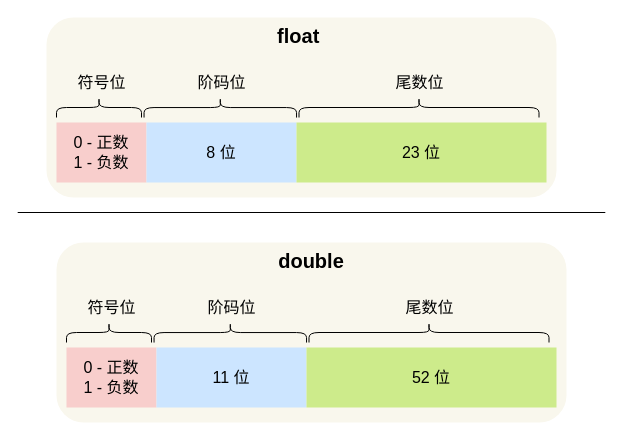
The draw.io diagram 操作系统/浮点/float.drawio in xiaolincoder/ImageHost3, before the edit. Source tidied: cells renumbered, new cells numbered last; positions are measured from the earlier drawing's top-left corner, leaving out a move shared by most shapes. Both pictures are drawn from the tidied source at 100%, with x=0, y=0 at pixel (17, -13).
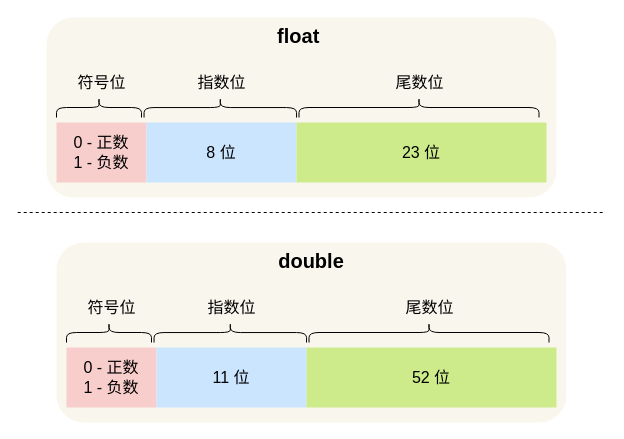
The same diagram, later.

The edit, as a diff of the source:
```diff
@@
-    <mxCell id="8" value="阶码位" style="text;html=1;align=center;verticalAlign=middle;fontSize=16;" parent="1" vertex="1">
+    <mxCell id="8" value="指数位" style="text;html=1;align=center;verticalAlign=middle;fontSize=16;" parent="1" vertex="1">
       <mxGeometry x="174" y="85" width="60" height="20" as="geometry" />
     </mxCell>
@@
-    <mxCell id="18" value="阶码位" style="text;html=1;align=center;verticalAlign=middle;fontSize=16;" parent="1" vertex="1">
+    <mxCell id="18" value="指数位" style="text;html=1;align=center;verticalAlign=middle;fontSize=16;" parent="1" vertex="1">
       <mxGeometry x="184" y="310" width="60" height="20" as="geometry" />
     </mxCell>
@@
-    <mxCell id="22" style="endArrow=none;html=1;fontSize=18;fontColor=#FF0000;" parent="1" edge="1">
+    <mxCell id="22" style="endArrow=none;html=1;fontSize=18;fontColor=#FF0000;dashed=1;" parent="1" edge="1">
       <mxGeometry relative="1" as="geometry">
         <mxPoint x="0.2" y="225" as="sourcePoint" />
         <mxPoint x="587.8" y="225" as="targetPoint" />
       </mxGeometry>
     </mxCell>
```
